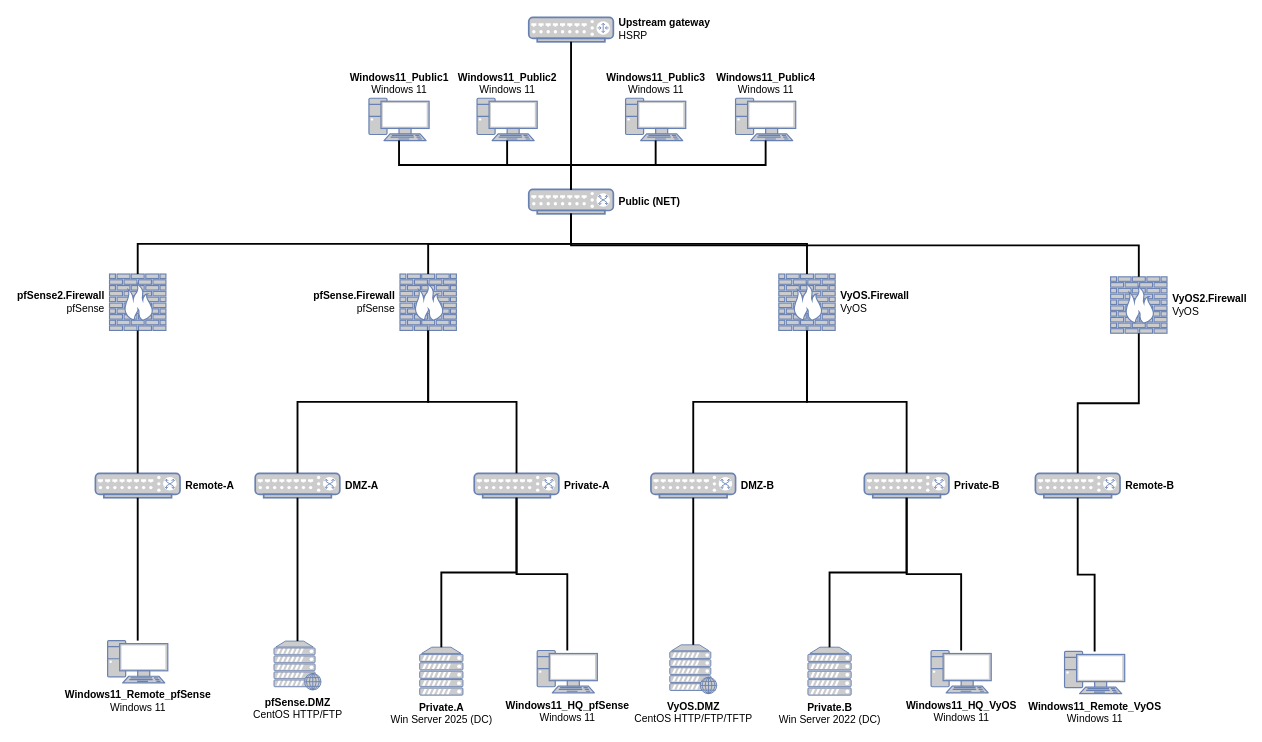
BradyWill42/C345Diagrams keeps this draw.io diagram as PhysicalDiagram455Lab2.drawio. Above is the earlier version. Source tidied: cells renumbered, new cells numbered last; positions are measured from the earlier drawing's top-left corner, leaving out a move shared by most shapes. Both pictures are drawn from the tidied source at 94%, with x=0, y=0 at pixel (95, 17).
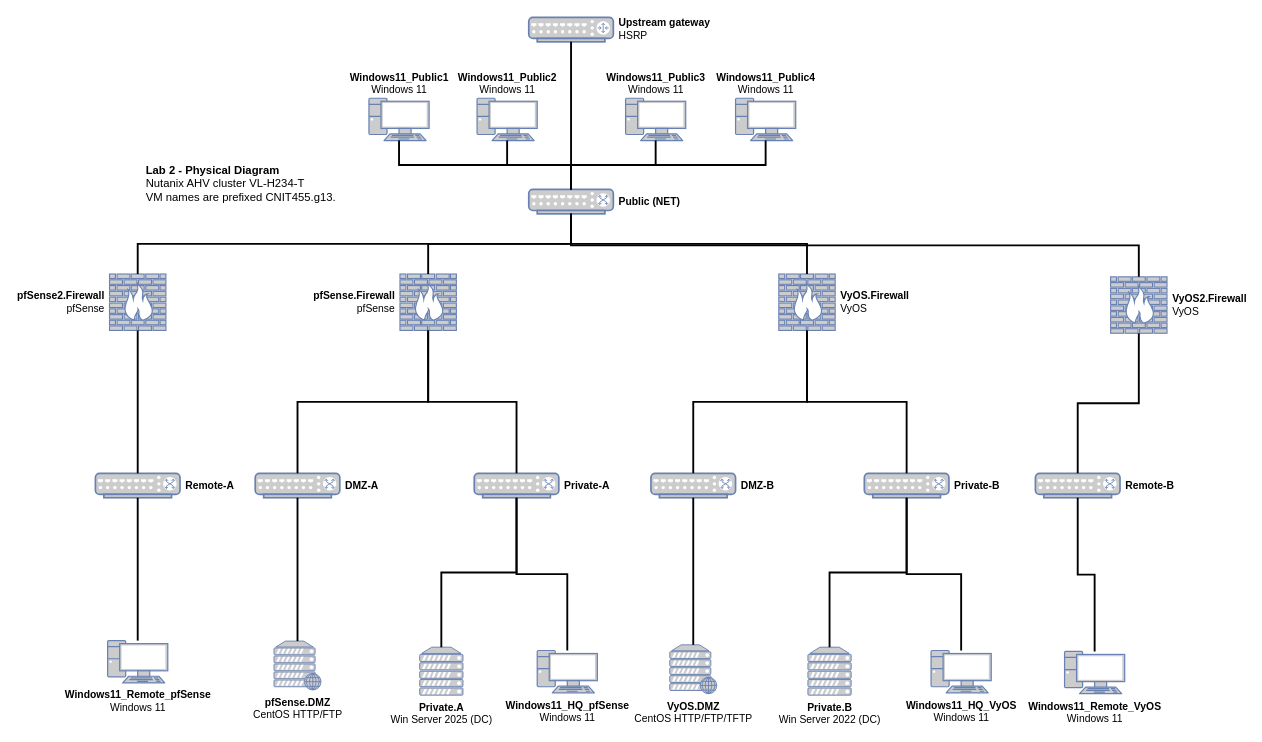
The same page after the edit.

The edit, as a diff of the source:
```diff
@@
+    <mxCell id="49" value="&lt;b&gt;Lab 2 - Physical Diagram&lt;/b&gt;&lt;br&gt;Nutanix AHV cluster VL-H234-T&lt;br&gt;VM names are prefixed CNIT455.g13." style="text;html=1;align=left;verticalAlign=top;whiteSpace=wrap;fontSize=12;" parent="1" vertex="1">
+      <mxGeometry x="52" y="149" width="219" height="60" as="geometry" />
+    </mxCell>
```
